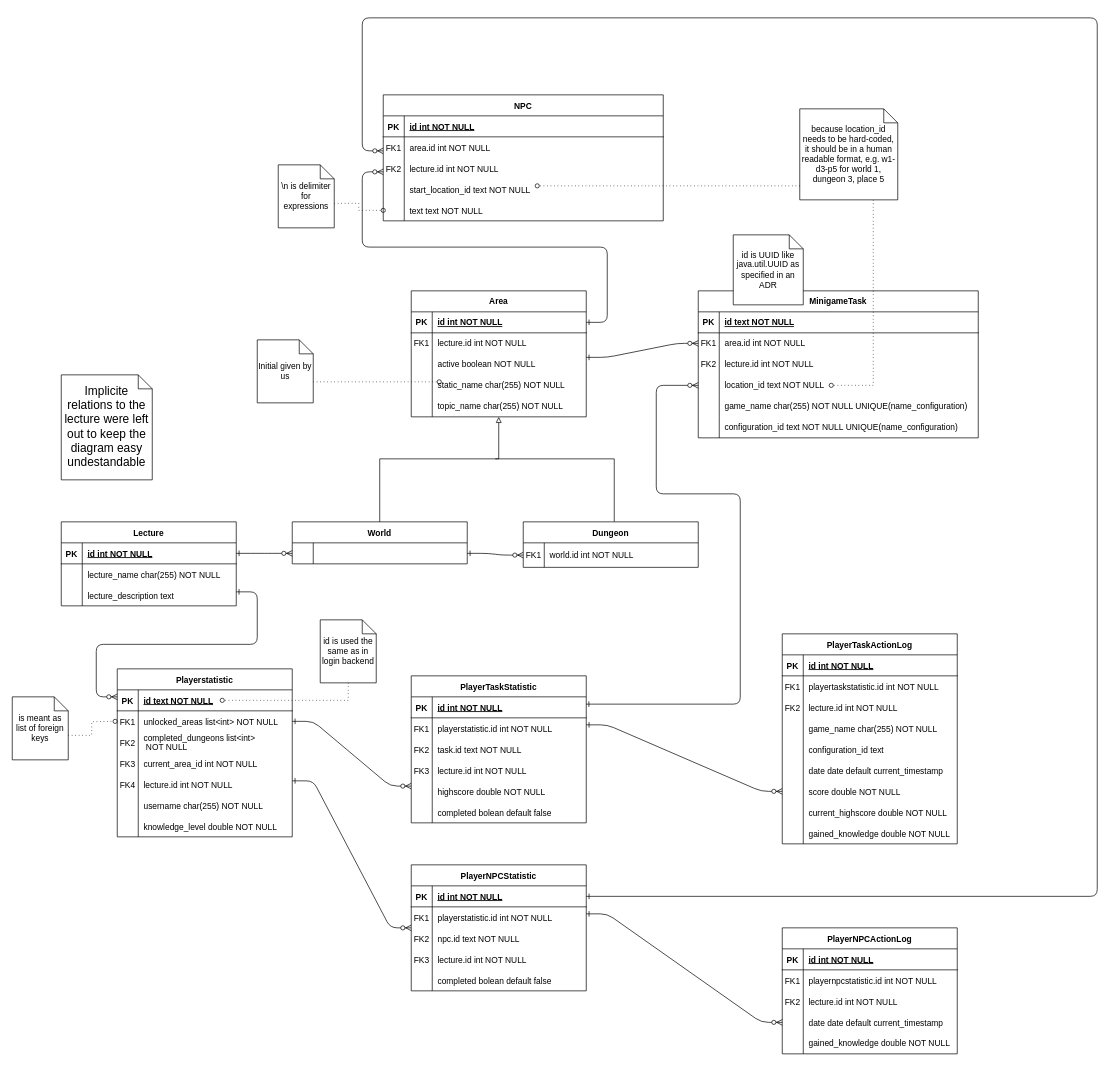
Above: dev-manuals/services/overworld/database-model/database-model.drawio in Gamify-IT/docs (draw.io), before the change. Source tidied: cells renumbered, new cells numbered last; positions are measured from the earlier drawing's top-left corner, leaving out a move shared by most shapes. Both pictures are drawn from the tidied source at 70%, with x=0, y=0 at pixel (12, 18).
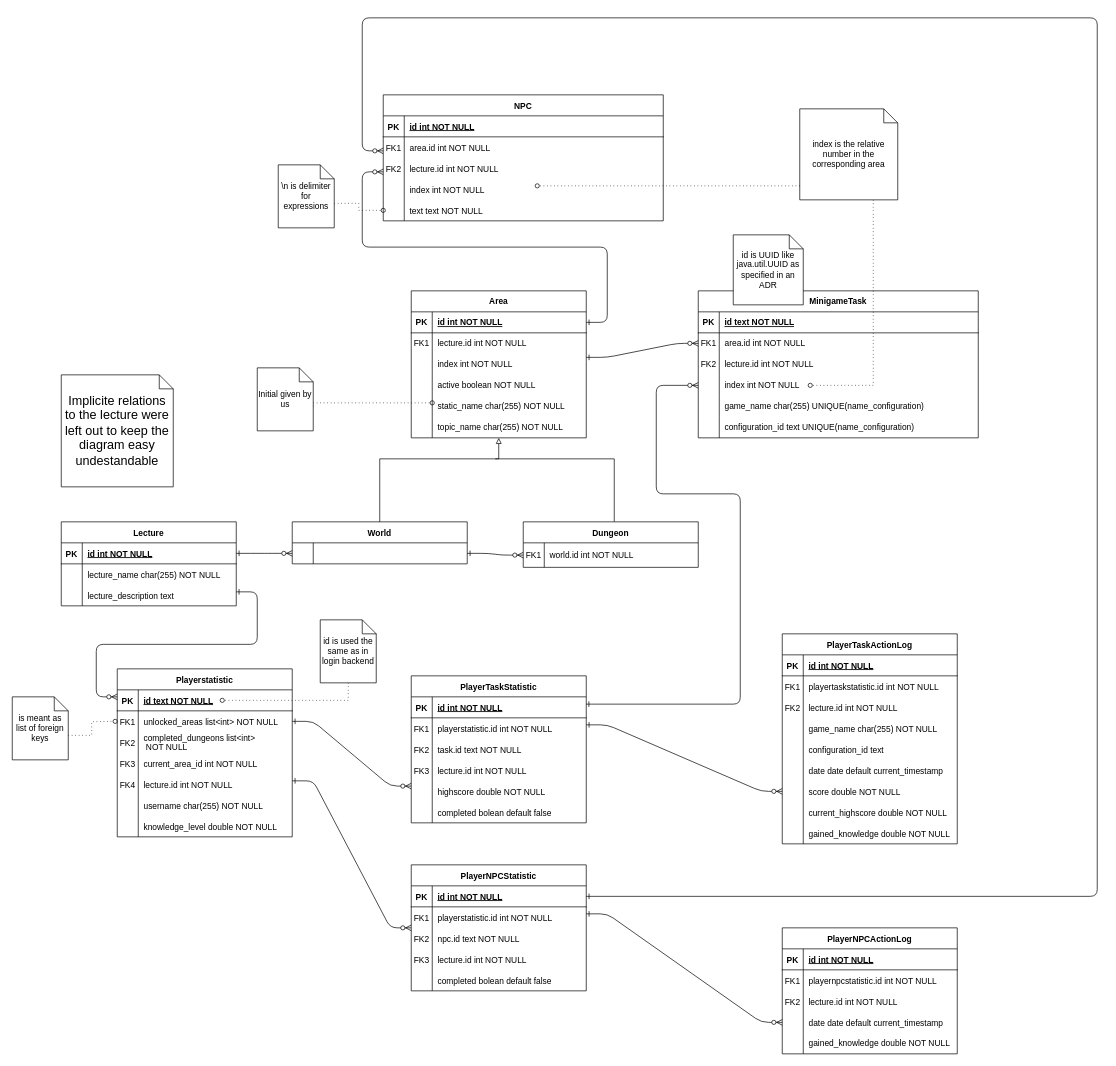
The same page after the edit.

Commit message (it also covers changes not shown here):
Add index to NPC, MinigameTask, Area

Unchanged cells that the change refers to:
```xml
<mxCell id="54" style="shape=partialRectangle;fillColor=none;points=[[0,0.5],[1,0.5]];portConstraint=eastwest;top=0;left=0;right=0;bottom=0;" parent="44" vertex="1">
  <mxGeometry y="120" width="400" height="30" as="geometry" />
</mxCell>
<mxCell id="106" style="shape=partialRectangle;fillColor=none;top=0;left=0;right=0;bottom=0;" parent="96" vertex="1">
  <mxGeometry y="120" width="400" height="30" as="geometry" />
</mxCell>
```

What changed in the source:
```diff
@@
-    <mxCell id="23" style="edgeStyle=orthogonalEdgeStyle;rounded=0;jettySize=auto;html=1;startArrow=none;startFill=0;endArrow=oval;endFill=0;dashed=1;dashPattern=1 4;" parent="1" edge="1" source="24">
+    <mxCell id="23" style="edgeStyle=orthogonalEdgeStyle;rounded=0;jettySize=auto;html=1;startArrow=none;startFill=0;endArrow=oval;endFill=0;dashed=1;dashPattern=1 4;exitX=0;exitY=0;exitDx=80;exitDy=55;exitPerimeter=0;" parent="1" edge="1" source="24">
       <mxGeometry relative="1" as="geometry">
-        <mxPoint x="610" y="520" as="targetPoint" />
+        <mxPoint x="600" y="550" as="targetPoint" />
         <Array as="points">
-          <mxPoint x="480" y="520" />
-          <mxPoint x="480" y="520" />
+          <mxPoint x="430" y="550" />
         </Array>
       </mxGeometry>
     </mxCell>
     <mxCell id="24" value="Initial given by us" style="shape=note;size=20;whiteSpace=wrap;html=1;" parent="1" vertex="1">
-      <mxGeometry x="350" y="460" width="80" height="90" as="geometry" />
+      <mxGeometry x="350" y="500" width="80" height="90" as="geometry" />
     </mxCell>
@@
     <mxCell id="26" value="Area" style="shape=table;startSize=30;childLayout=tableLayout;rowLines=0;fontStyle=1;align=center;" parent="1" vertex="1">
-      <mxGeometry x="570" y="390" width="250" height="180" as="geometry" />
+      <mxGeometry x="570" y="390" width="250" height="210" as="geometry" />
     </mxCell>
@@
+    <mxCell id="224" style="shape=partialRectangle;fillColor=none;top=0;left=0;right=0;bottom=0;" parent="26" vertex="1">
+      <mxGeometry y="90" width="250" height="30" as="geometry" />
+    </mxCell>
+    <mxCell id="225" style="shape=partialRectangle;overflow=hidden;fillColor=none;top=0;left=0;bottom=0;right=0;" parent="224" vertex="1">
+      <mxGeometry width="30" height="30" as="geometry" />
+    </mxCell>
+    <mxCell id="226" value="index int NOT NULL" style="shape=partialRectangle;overflow=hidden;fillColor=none;top=0;left=0;bottom=0;right=0;align=left;spacingLeft=6;" parent="224" vertex="1">
+      <mxGeometry x="30" width="220" height="30" as="geometry" />
+    </mxCell>
     <mxCell id="33" style="shape=partialRectangle;fillColor=none;top=0;left=0;right=0;bottom=0;" parent="26" vertex="1">
-      <mxGeometry y="90" width="250" height="30" as="geometry" />
+      <mxGeometry y="120" width="250" height="30" as="geometry" />
     </mxCell>
@@
     <mxCell id="36" style="shape=partialRectangle;fillColor=none;top=0;left=0;right=0;bottom=0;" parent="26" vertex="1">
-      <mxGeometry y="120" width="250" height="30" as="geometry" />
+      <mxGeometry y="150" width="250" height="30" as="geometry" />
     </mxCell>
@@
     <mxCell id="39" style="shape=partialRectangle;fillColor=none;top=0;left=0;right=0;bottom=0;" parent="26" vertex="1">
-      <mxGeometry y="150" width="250" height="30" as="geometry" />
+      <mxGeometry y="180" width="250" height="30" as="geometry" />
     </mxCell>
@@
     <mxCell id="42" value="static_name char(255) NOT NULL" style="shape=partialRectangle;overflow=hidden;fillColor=none;top=0;left=0;bottom=0;right=0;align=left;spacingLeft=6;" parent="1" vertex="1">
-      <mxGeometry x="600" y="510" width="220" height="30" as="geometry" />
+      <mxGeometry x="600" y="540" width="220" height="30" as="geometry" />
     </mxCell>
     <mxCell id="43" value="topic_name char(255) NOT NULL" style="shape=partialRectangle;overflow=hidden;fillColor=none;top=0;left=0;bottom=0;right=0;align=left;spacingLeft=6;" parent="1" vertex="1">
-      <mxGeometry x="600" y="540" width="220" height="30" as="geometry" />
+      <mxGeometry x="600" y="570" width="220" height="30" as="geometry" />
     </mxCell>
@@
-    <mxCell id="56" value="location_id text NOT NULL" style="shape=partialRectangle;overflow=hidden;fillColor=none;top=0;left=0;bottom=0;right=0;align=left;spacingLeft=6;" parent="54" vertex="1">
+    <mxCell id="56" value="index int NOT NULL" style="shape=partialRectangle;overflow=hidden;fillColor=none;top=0;left=0;bottom=0;right=0;align=left;spacingLeft=6;" parent="54" vertex="1">
       <mxGeometry x="30" width="370" height="30" as="geometry" />
     </mxCell>
@@
-    <mxCell id="63" value="configuration_id text NOT NULL UNIQUE(name_configuration)" style="shape=partialRectangle;overflow=hidden;fillColor=none;top=0;left=0;bottom=0;right=0;align=left;spacingLeft=6;" parent="1" vertex="1">
+    <mxCell id="63" value="configuration_id text UNIQUE(name_configuration)" style="shape=partialRectangle;overflow=hidden;fillColor=none;top=0;left=0;bottom=0;right=0;align=left;spacingLeft=6;" parent="1" vertex="1">
       <mxGeometry x="1010" y="570" width="360" height="30" as="geometry" />
     </mxCell>
@@
-    <mxCell id="108" value="start_location_id text NOT NULL" style="shape=partialRectangle;overflow=hidden;fillColor=none;top=0;left=0;bottom=0;right=0;align=left;spacingLeft=6;" parent="106" vertex="1">
+    <mxCell id="108" value="index int NOT NULL" style="shape=partialRectangle;overflow=hidden;fillColor=none;top=0;left=0;bottom=0;right=0;align=left;spacingLeft=6;" parent="106" vertex="1">
       <mxGeometry x="30" width="370" height="30" as="geometry" />
     </mxCell>
@@
-    <mxCell id="113" value="game_name char(255) NOT NULL UNIQUE(name_configuration)" style="shape=partialRectangle;overflow=hidden;fillColor=none;top=0;left=0;bottom=0;right=0;align=left;spacingLeft=6;" parent="1" vertex="1">
+    <mxCell id="113" value="game_name char(255) UNIQUE(name_configuration)" style="shape=partialRectangle;overflow=hidden;fillColor=none;top=0;left=0;bottom=0;right=0;align=left;spacingLeft=6;" parent="1" vertex="1">
       <mxGeometry x="1010" y="540" width="370" height="30" as="geometry" />
     </mxCell>
@@
     <mxCell id="144" style="edgeStyle=orthogonalEdgeStyle;rounded=0;jettySize=auto;html=1;endArrow=oval;endFill=0;dashed=1;dashPattern=1 4;" parent="1" edge="1" source="145">
       <mxGeometry relative="1" as="geometry">
-        <mxPoint x="1170" y="525" as="targetPoint" />
+        <mxPoint x="1140" y="525" as="targetPoint" />
         <Array as="points">
           <mxPoint x="1230" y="525" />
         </Array>
       </mxGeometry>
     </mxCell>
-    <mxCell id="145" value="because location_id needs to be hard-coded, it should be in a human readable format, e.g. w1-d3-p5 for world 1, dungeon 3, place 5" style="shape=note;size=20;whiteSpace=wrap;html=1;" parent="1" vertex="1">
+    <mxCell id="145" value="index is the relative number in the corresponding area" style="shape=note;size=20;whiteSpace=wrap;html=1;" parent="1" vertex="1">
       <mxGeometry x="1125" y="130" width="140" height="130" as="geometry" />
     </mxCell>
@@
-    <mxCell id="221" value="&lt;font style=&quot;font-size: 17px&quot;&gt;Implicite relations to the lecture were left out to keep the diagram easy undestandable&lt;/font&gt;" style="shape=note;size=20;whiteSpace=wrap;html=1;" parent="1" vertex="1">
-      <mxGeometry x="70" y="510" width="130" height="150" as="geometry" />
+    <mxCell id="221" value="&lt;font style=&quot;font-size: 18px;&quot;&gt;Implicite relations to the lecture were left out to keep the diagram easy undestandable&lt;/font&gt;" style="shape=note;size=20;whiteSpace=wrap;html=1;" parent="1" vertex="1">
+      <mxGeometry x="70" y="510" width="160" height="160" as="geometry" />
     </mxCell>
```
